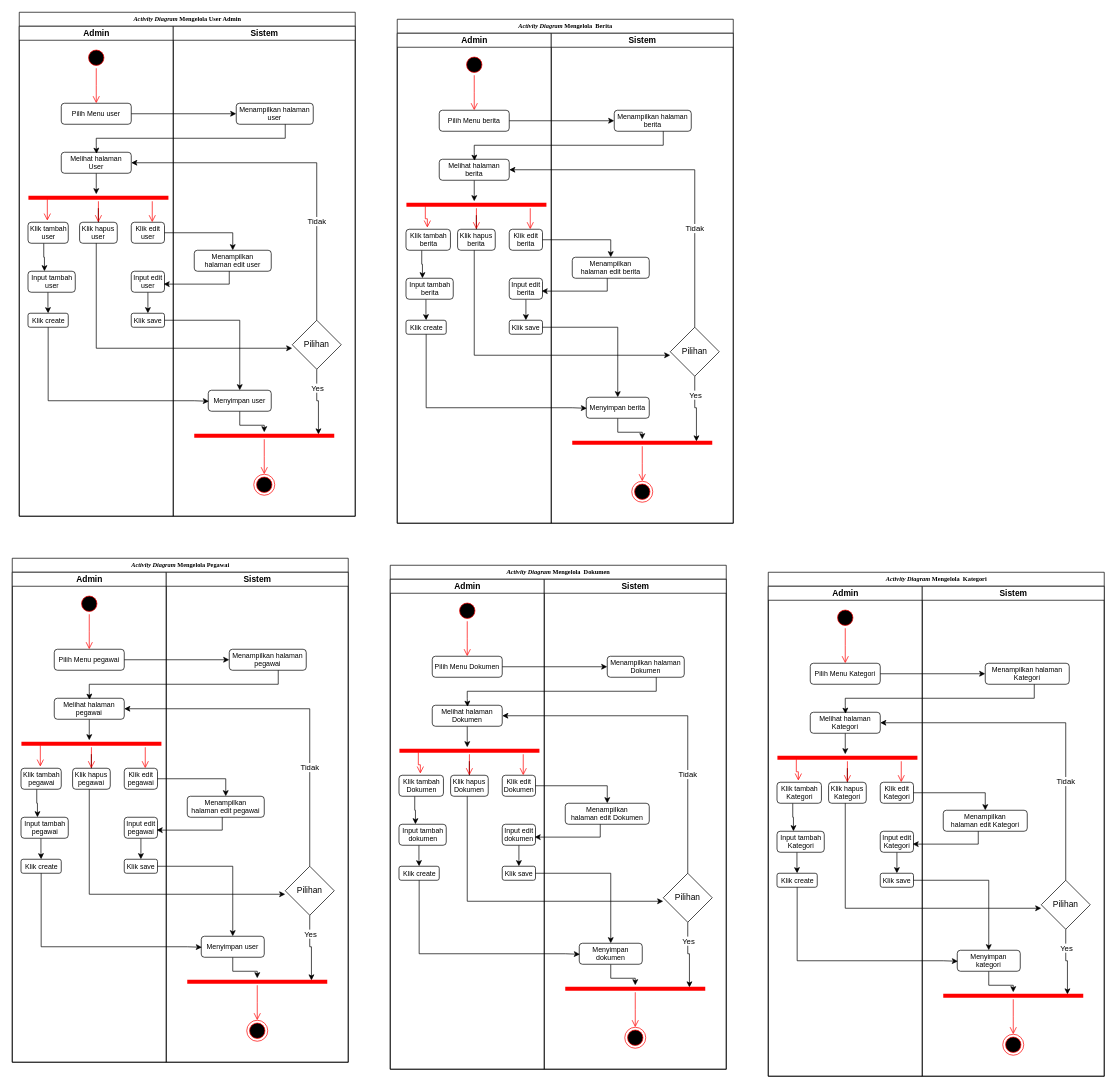
The draw.io diagram Activity Diagram Kelola admin.drawio in dhmsAdhty/useCase, before the edit. Source tidied: cells renumbered, new cells numbered last; positions are measured from the earlier drawing's top-left corner, leaving out a move shared by most shapes. Both pictures are drawn from the tidied source at 70%, with x=0, y=0 at pixel (12, 12).
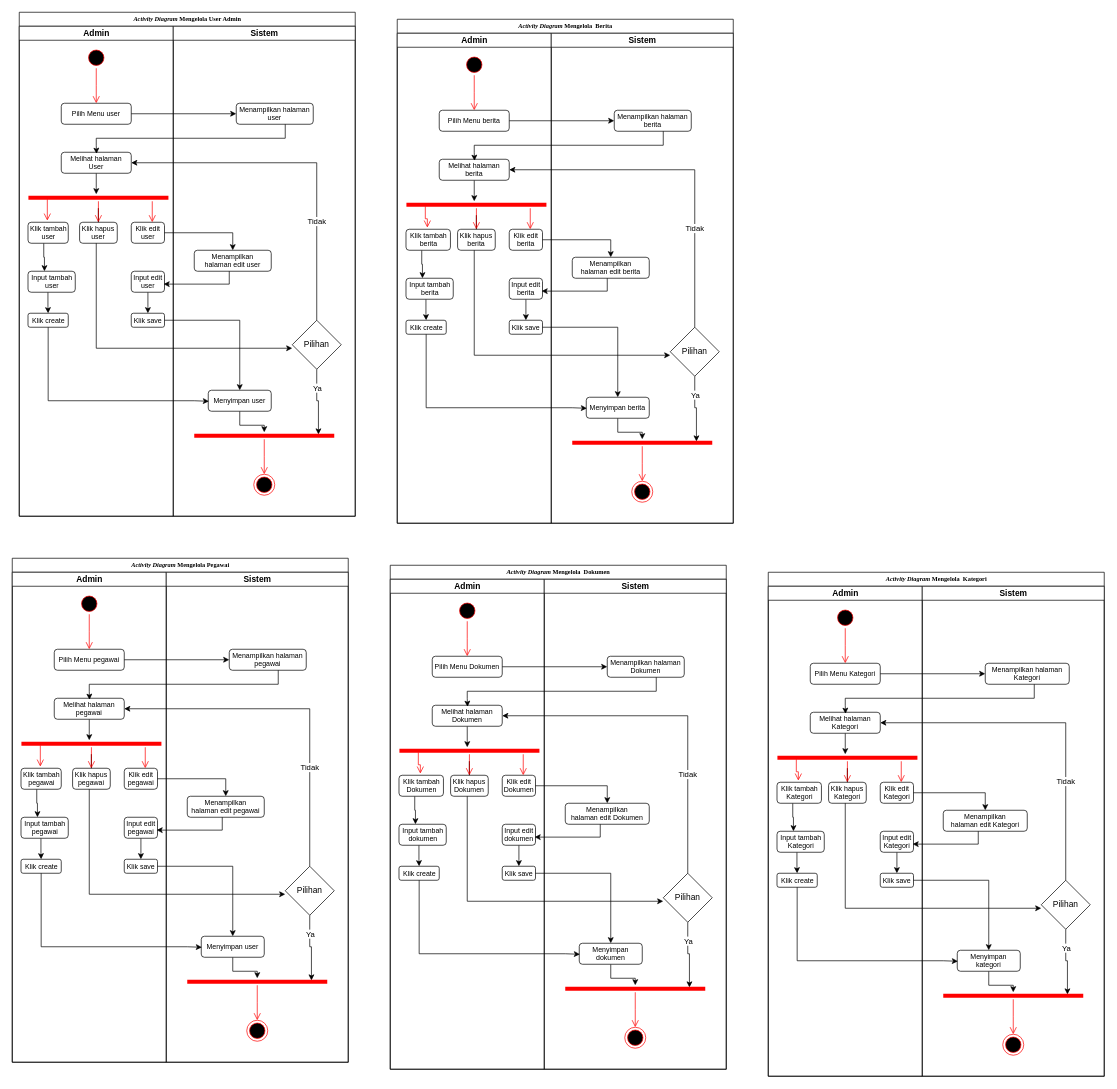
After the change.

Unchanged cells that the change refers to:
```xml
<mxCell id="29" style="edgeStyle=orthogonalEdgeStyle;rounded=0;jettySize=auto;html=1;entryX=0.887;entryY=0.31;entryDx=0;entryDy=0;entryPerimeter=0;" parent="24" edge="1" source="31" target="32">
  <mxGeometry relative="1" as="geometry" />
</mxCell>
<mxCell id="71" style="edgeStyle=orthogonalEdgeStyle;rounded=0;jettySize=auto;html=1;entryX=0.887;entryY=0.31;entryDx=0;entryDy=0;entryPerimeter=0;" parent="66" edge="1" source="73" target="74">
  <mxGeometry relative="1" as="geometry" />
</mxCell>
<mxCell id="113" style="edgeStyle=orthogonalEdgeStyle;rounded=0;jettySize=auto;html=1;entryX=0.887;entryY=0.31;entryDx=0;entryDy=0;entryPerimeter=0;" parent="108" edge="1" source="115" target="116">
  <mxGeometry relative="1" as="geometry" />
</mxCell>
<mxCell id="155" style="edgeStyle=orthogonalEdgeStyle;rounded=0;jettySize=auto;html=1;entryX=0.887;entryY=0.31;entryDx=0;entryDy=0;entryPerimeter=0;" parent="150" edge="1" source="157" target="158">
  <mxGeometry relative="1" as="geometry" />
</mxCell>
<mxCell id="197" style="edgeStyle=orthogonalEdgeStyle;rounded=0;jettySize=auto;html=1;entryX=0.887;entryY=0.31;entryDx=0;entryDy=0;entryPerimeter=0;" parent="192" edge="1" source="199" target="200">
  <mxGeometry relative="1" as="geometry" />
</mxCell>
```

Change to the diagram source:
```diff
@@
-    <mxCell id="30" value="Yes" style="edgeLabel;html=1;align=center;verticalAlign=middle;" parent="29" vertex="1">
+    <mxCell id="30" value="Ya" style="edgeLabel;html=1;align=center;verticalAlign=middle;" parent="29" vertex="1">
       <mxGeometry x="-0.45" relative="1" as="geometry" />
     </mxCell>
@@
-    <mxCell id="72" value="Yes" style="edgeLabel;html=1;align=center;verticalAlign=middle;" parent="71" vertex="1">
+    <mxCell id="72" value="Ya" style="edgeLabel;html=1;align=center;verticalAlign=middle;" parent="71" vertex="1">
       <mxGeometry x="-0.45" relative="1" as="geometry" />
     </mxCell>
@@
-    <mxCell id="114" value="Yes" style="edgeLabel;html=1;align=center;verticalAlign=middle;" parent="113" vertex="1">
+    <mxCell id="114" value="Ya" style="edgeLabel;html=1;align=center;verticalAlign=middle;" parent="113" vertex="1">
       <mxGeometry x="-0.45" relative="1" as="geometry" />
     </mxCell>
@@
-    <mxCell id="156" value="Yes" style="edgeLabel;html=1;align=center;verticalAlign=middle;" parent="155" vertex="1">
+    <mxCell id="156" value="Ya" style="edgeLabel;html=1;align=center;verticalAlign=middle;" parent="155" vertex="1">
       <mxGeometry x="-0.45" relative="1" as="geometry" />
     </mxCell>
@@
-    <mxCell id="198" value="Yes" style="edgeLabel;html=1;align=center;verticalAlign=middle;" parent="197" vertex="1">
+    <mxCell id="198" value="Ya" style="edgeLabel;html=1;align=center;verticalAlign=middle;" parent="197" vertex="1">
       <mxGeometry x="-0.45" relative="1" as="geometry" />
     </mxCell>
```
